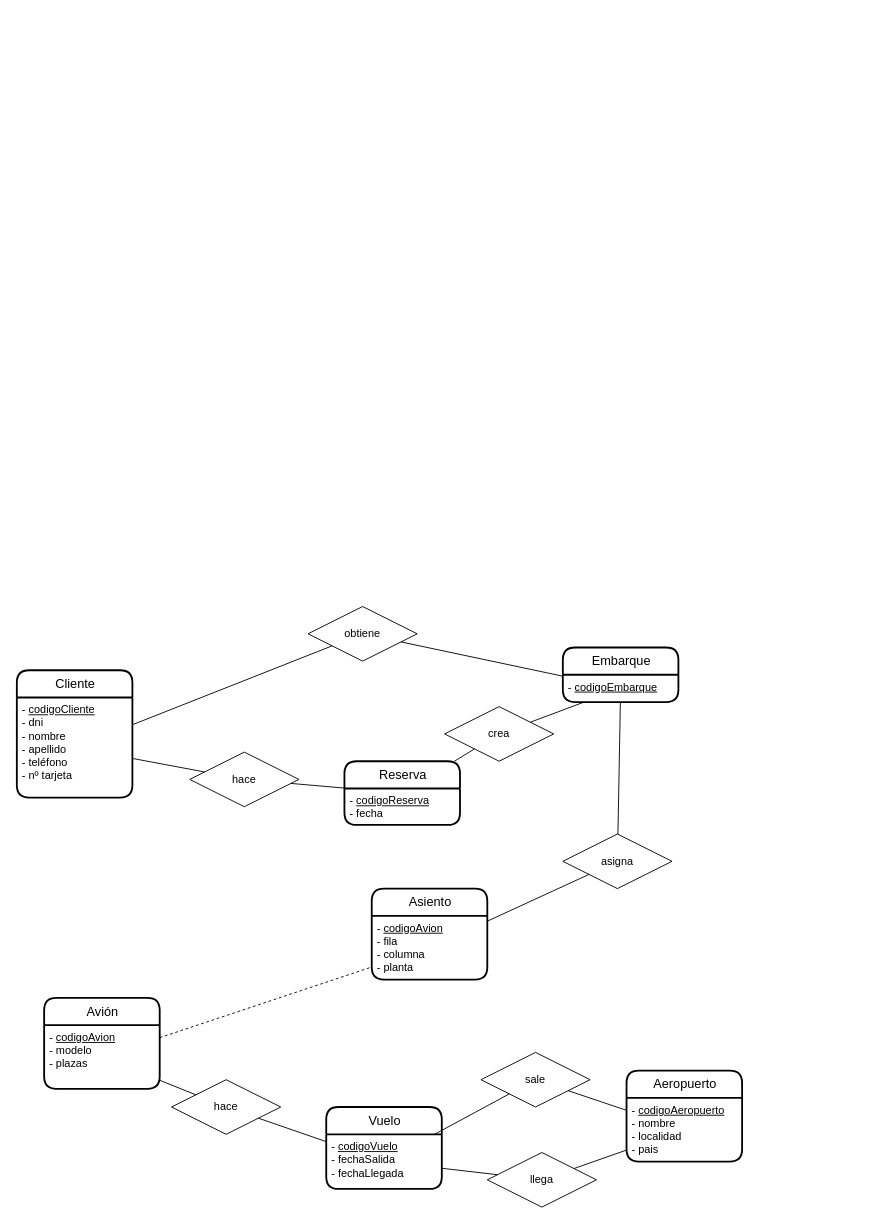
Earlier version of the draw.io diagram ex08.drawio (JuanMarinG/TA12_MYSQL). Source tidied: cells renumbered, new cells numbered last; positions are measured from the earlier drawing's top-left corner, leaving out a move shared by most shapes. Both pictures are drawn from the tidied source at 91%, with x=0, y=0 at pixel (16, 606).
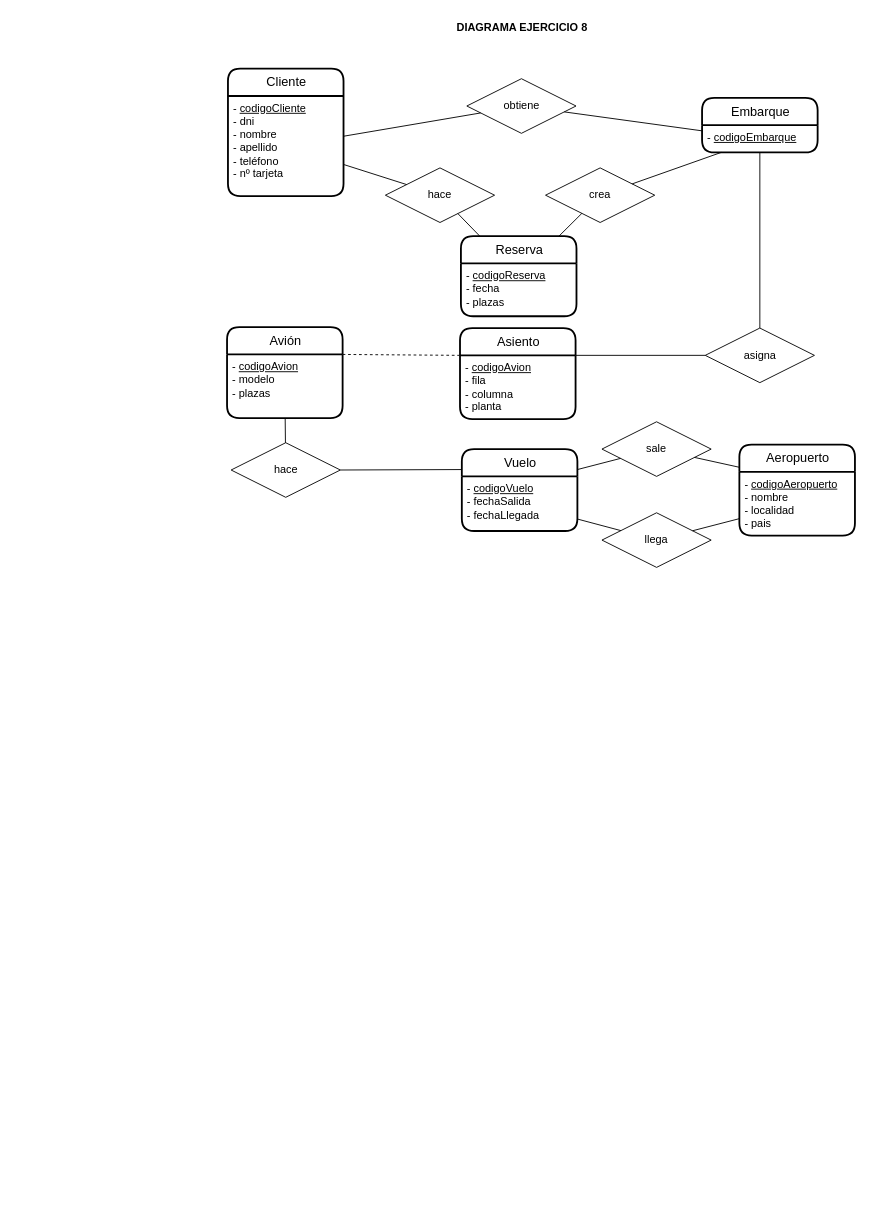
Above is the later version.

Commit message:
Reestructura y añadir 'plaza' en tabla reserva

The change refers to these unchanged cells:
```xml
<mxCell id="9" value="&lt;div&gt;- &lt;u&gt;codigoVuelo&lt;/u&gt;&lt;/div&gt;&lt;div&gt;- fechaSalida&lt;/div&gt;&lt;div&gt;- fechaLlegada&lt;/div&gt;" style="align=left;strokeColor=none;fillColor=none;spacingLeft=4;fontSize=12;verticalAlign=top;html=1;" parent="8" vertex="1">
  <mxGeometry y="30" width="127" height="60" as="geometry" />
</mxCell>
<mxCell id="11" value="&lt;div&gt;- &lt;u&gt;codigoAvion&lt;/u&gt;&lt;/div&gt;&lt;div&gt;- fila&lt;/div&gt;&lt;div&gt;- columna&lt;/div&gt;&lt;div&gt;- planta&lt;/div&gt;" style="align=left;strokeColor=none;fillColor=none;spacingLeft=4;fontSize=12;verticalAlign=top;html=1;" parent="10" vertex="1">
  <mxGeometry y="30" width="127" height="70" as="geometry" />
</mxCell>
<mxCell id="13" value="&lt;div&gt;- &lt;u&gt;codigoAeropuerto&lt;/u&gt;&lt;/div&gt;&lt;div&gt;- nombre&lt;/div&gt;&lt;div&gt;- localidad&lt;/div&gt;&lt;div&gt;- pais&lt;/div&gt;" style="align=left;strokeColor=none;fillColor=none;spacingLeft=4;fontSize=12;verticalAlign=top;html=1;" parent="12" vertex="1">
  <mxGeometry y="30" width="127" height="70" as="geometry" />
</mxCell>
<mxCell id="15" value="&lt;div&gt;- &lt;u&gt;codigoAvion&lt;/u&gt;&lt;/div&gt;&lt;div&gt;- modelo&lt;/div&gt;&lt;div&gt;- plazas&lt;/div&gt;" style="align=left;strokeColor=none;fillColor=none;spacingLeft=4;fontSize=12;verticalAlign=top;html=1;" parent="14" vertex="1">
  <mxGeometry y="30" width="127" height="70" as="geometry" />
</mxCell>
```

What changed in the source:
```diff
@@
     <mxCell id="2" value="Cliente" style="swimlane;horizontal=1;startSize=30;rounded=1;fontSize=14;fontStyle=0;strokeWidth=2;shadow=0;dashed=0;align=center;html=1;" parent="1" vertex="1">
-      <mxGeometry y="70" width="127" height="140" as="geometry" />
+      <mxGeometry x="232" y="-591" width="127" height="140" as="geometry" />
     </mxCell>
@@
     <mxCell id="4" value="Embarque" style="swimlane;horizontal=1;startSize=30;rounded=1;fontSize=14;fontStyle=0;strokeWidth=2;shadow=0;dashed=0;align=center;html=1;" parent="1" vertex="1">
-      <mxGeometry x="600" y="45" width="127" height="60" as="geometry" />
+      <mxGeometry x="753" y="-559" width="127" height="60" as="geometry" />
     </mxCell>
@@
     <mxCell id="6" value="Reserva" style="swimlane;horizontal=1;startSize=30;rounded=1;fontSize=14;fontStyle=0;strokeWidth=2;shadow=0;dashed=0;align=center;html=1;" parent="1" vertex="1">
-      <mxGeometry x="360" y="170" width="127" height="70" as="geometry" />
+      <mxGeometry x="488" y="-407" width="127" height="88" as="geometry" />
     </mxCell>
-    <mxCell id="7" value="&lt;div&gt;- &lt;u&gt;codigoReserva&lt;/u&gt;&lt;/div&gt;&lt;div&gt;- fecha&lt;/div&gt;" style="align=left;strokeColor=none;fillColor=none;spacingLeft=4;fontSize=12;verticalAlign=top;html=1;" parent="6" vertex="1">
-      <mxGeometry y="30" width="127" height="40" as="geometry" />
+    <mxCell id="7" value="&lt;div&gt;- &lt;u&gt;codigoReserva&lt;/u&gt;&lt;/div&gt;&lt;div&gt;- fecha&lt;/div&gt;&lt;div&gt;- plazas&lt;br&gt;&lt;/div&gt;" style="align=left;strokeColor=none;fillColor=none;spacingLeft=4;fontSize=12;verticalAlign=top;html=1;" parent="6" vertex="1">
+      <mxGeometry y="30" width="127" height="58" as="geometry" />
     </mxCell>
     <mxCell id="8" value="Vuelo" style="swimlane;horizontal=1;startSize=30;rounded=1;fontSize=14;fontStyle=0;strokeWidth=2;shadow=0;dashed=0;align=center;html=1;" parent="1" vertex="1">
-      <mxGeometry x="340" y="550" width="127" height="90" as="geometry" />
+      <mxGeometry x="489" y="-173" width="127" height="90" as="geometry" />
     </mxCell>
@@
     <mxCell id="10" value="Asiento" style="swimlane;horizontal=1;startSize=30;rounded=1;fontSize=14;fontStyle=0;strokeWidth=2;shadow=0;dashed=0;align=center;html=1;" parent="1" vertex="1">
-      <mxGeometry x="390" y="310" width="127" height="100" as="geometry" />
+      <mxGeometry x="487" y="-306" width="127" height="100" as="geometry" />
     </mxCell>
@@
     <mxCell id="12" value="Aeropuerto" style="swimlane;horizontal=1;startSize=30;rounded=1;fontSize=14;fontStyle=0;strokeWidth=2;shadow=0;dashed=0;align=center;html=1;" parent="1" vertex="1">
-      <mxGeometry x="670" y="510" width="127" height="100" as="geometry" />
+      <mxGeometry x="794" y="-178" width="127" height="100" as="geometry" />
     </mxCell>
@@
     <mxCell id="14" value="Avión" style="swimlane;horizontal=1;startSize=30;rounded=1;fontSize=14;fontStyle=0;strokeWidth=2;shadow=0;dashed=0;align=center;html=1;" parent="1" vertex="1">
-      <mxGeometry x="30" y="430" width="127" height="100" as="geometry" />
+      <mxGeometry x="231" y="-307" width="127" height="100" as="geometry" />
     </mxCell>
@@
     <mxCell id="16" value="obtiene" style="shape=rhombus;perimeter=rhombusPerimeter;whiteSpace=wrap;html=1;align=center;" parent="1" vertex="1">
-      <mxGeometry x="320" width="120" height="60" as="geometry" />
+      <mxGeometry x="494.5" y="-580" width="120" height="60" as="geometry" />
     </mxCell>
     <mxCell id="17" value="hace" style="shape=rhombus;perimeter=rhombusPerimeter;whiteSpace=wrap;html=1;align=center;" parent="1" vertex="1">
-      <mxGeometry x="190" y="160" width="120" height="60" as="geometry" />
+      <mxGeometry x="405" y="-482" width="120" height="60" as="geometry" />
     </mxCell>
     <mxCell id="18" value="crea" style="shape=rhombus;perimeter=rhombusPerimeter;whiteSpace=wrap;html=1;align=center;" parent="1" vertex="1">
-      <mxGeometry x="470" y="110" width="120" height="60" as="geometry" />
+      <mxGeometry x="581" y="-482" width="120" height="60" as="geometry" />
     </mxCell>
@@
     <mxCell id="25" value="sale" style="shape=rhombus;perimeter=rhombusPerimeter;whiteSpace=wrap;html=1;align=center;" parent="1" vertex="1">
-      <mxGeometry x="510" y="490" width="120" height="60" as="geometry" />
+      <mxGeometry x="643" y="-203" width="120" height="60" as="geometry" />
     </mxCell>
     <mxCell id="26" value="llega" style="shape=rhombus;perimeter=rhombusPerimeter;whiteSpace=wrap;html=1;align=center;" parent="1" vertex="1">
-      <mxGeometry x="517" y="600" width="120" height="60" as="geometry" />
+      <mxGeometry x="643" y="-103" width="120" height="60" as="geometry" />
     </mxCell>
-    <mxCell id="27" style="endArrow=none;html=1;rounded=0;" parent="1" edge="1" source="9" target="25">
+    <mxCell id="27" style="endArrow=none;html=1;rounded=0;exitX=1;exitY=0.25;exitDx=0;exitDy=0;" parent="1" edge="1" source="8" target="25">
       <mxGeometry relative="1" as="geometry" />
     </mxCell>
-    <mxCell id="28" style="endArrow=none;html=1;rounded=0;" parent="1" edge="1" source="25" target="13">
+    <mxCell id="28" style="endArrow=none;html=1;rounded=0;entryX=0;entryY=0.25;entryDx=0;entryDy=0;" parent="1" edge="1" source="25" target="12">
       <mxGeometry relative="1" as="geometry" />
     </mxCell>
@@
     <mxCell id="31" value="hace" style="shape=rhombus;perimeter=rhombusPerimeter;whiteSpace=wrap;html=1;align=center;" parent="1" vertex="1">
-      <mxGeometry x="170" y="520" width="120" height="60" as="geometry" />
+      <mxGeometry x="235.5" y="-180" width="120" height="60" as="geometry" />
     </mxCell>
@@
-    <mxCell id="33" style="endArrow=none;html=1;rounded=0;" parent="1" edge="1" source="31" target="9">
+    <mxCell id="33" style="endArrow=none;html=1;rounded=0;exitX=1;exitY=0.5;exitDx=0;exitDy=0;entryX=0;entryY=0.25;entryDx=0;entryDy=0;" parent="1" edge="1" source="31" target="8">
       <mxGeometry relative="1" as="geometry" />
     </mxCell>
-    <mxCell id="34" style="endArrow=none;html=1;rounded=0;dashed=1;" parent="1" edge="1" source="15" target="11">
+    <mxCell id="34" style="endArrow=none;html=1;rounded=0;dashed=1;entryX=0;entryY=0;entryDx=0;entryDy=0;exitX=1;exitY=0;exitDx=0;exitDy=0;" parent="1" edge="1" source="15" target="11">
       <mxGeometry relative="1" as="geometry" />
     </mxCell>
@@
     <mxCell id="36" value="asigna" style="shape=rhombus;perimeter=rhombusPerimeter;whiteSpace=wrap;html=1;align=center;" parent="1" vertex="1">
-      <mxGeometry x="600" y="250" width="120" height="60" as="geometry" />
+      <mxGeometry x="756.5" y="-306" width="120" height="60" as="geometry" />
     </mxCell>
-    <mxCell id="37" style="endArrow=none;html=1;rounded=0;" parent="1" edge="1" source="11" target="36">
+    <mxCell id="37" style="endArrow=none;html=1;rounded=0;exitX=1;exitY=0;exitDx=0;exitDy=0;" parent="1" edge="1" source="11" target="36">
       <mxGeometry relative="1" as="geometry" />
     </mxCell>
+    <mxCell id="38" value="&lt;b&gt;DIAGRAMA EJERCICIO 8&lt;/b&gt;" style="text;html=1;align=center;verticalAlign=middle;strokeColor=none;fillColor=none;" parent="1" vertex="1">
+      <mxGeometry x="478.5" y="-649" width="152" height="26" as="geometry" />
+    </mxCell>
```
